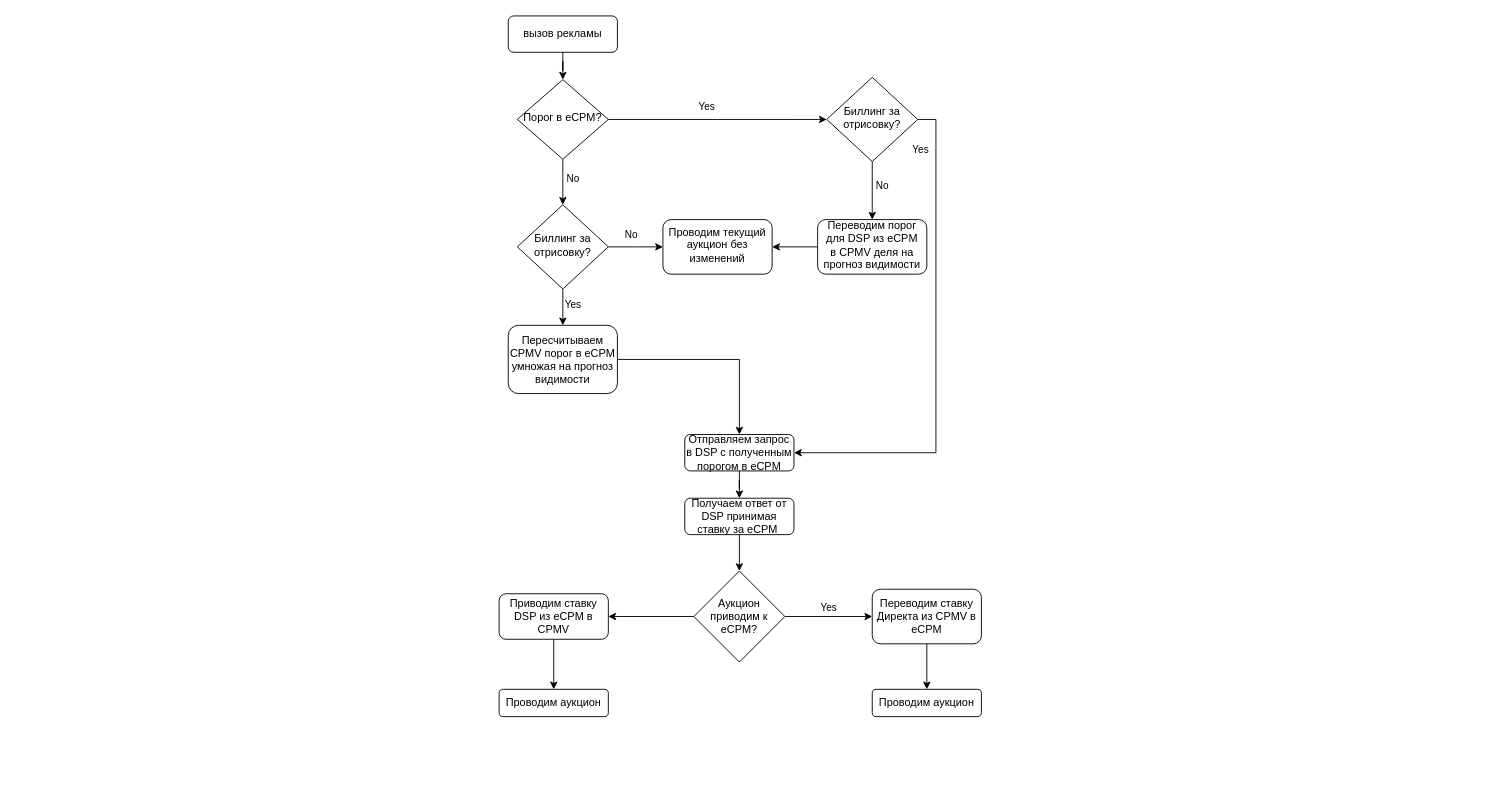
Before: Диаграмма без названия.drawio in DarvayS/test, a draw.io diagram. Source tidied: cells renumbered, new cells numbered last; positions are measured from the earlier drawing's top-left corner, leaving out a move shared by most shapes. Both pictures are drawn from the tidied source at 91%, with x=0, y=0 at pixel (499, 15).
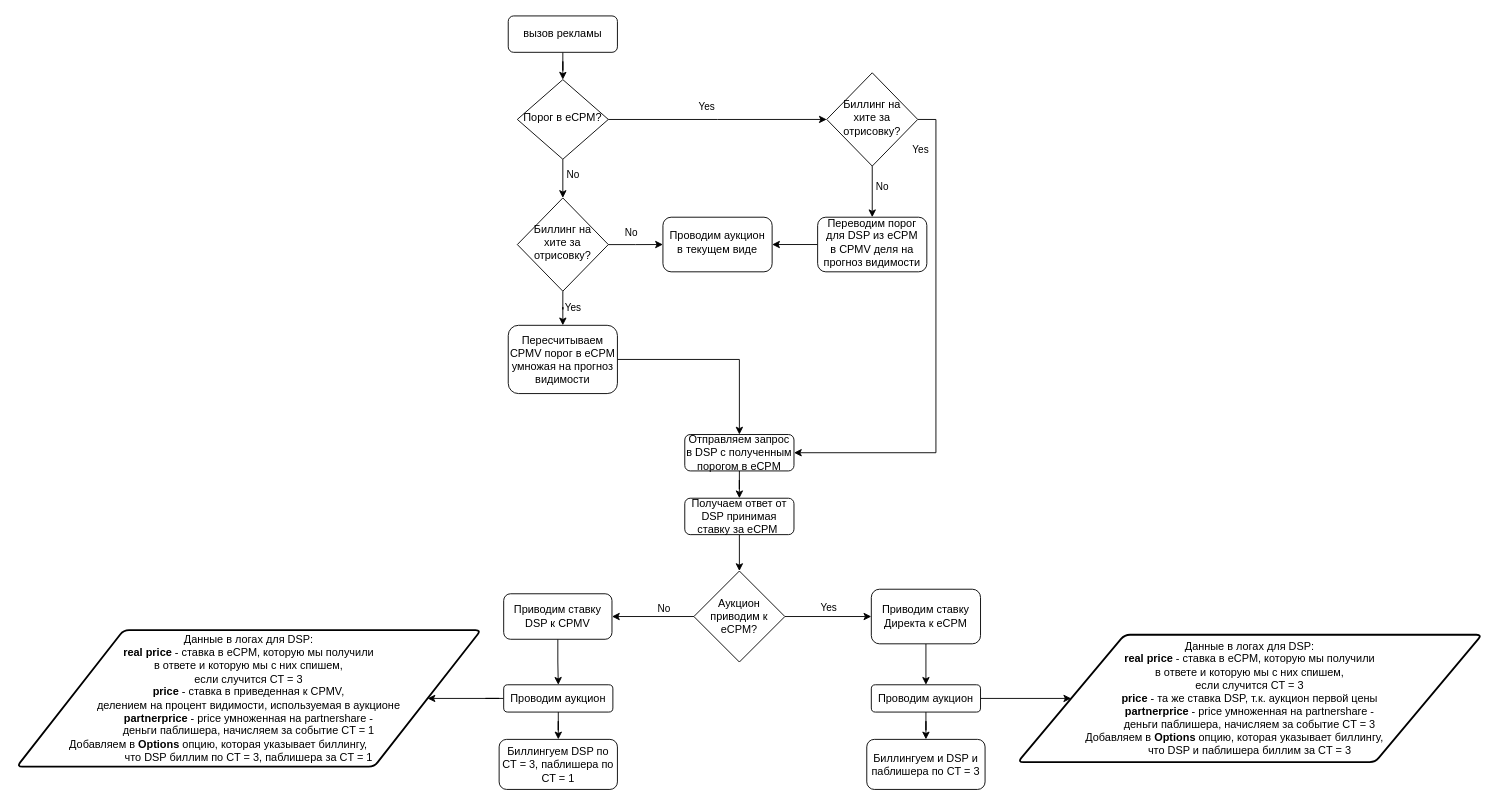
The same page after the edit.

The change refers to these unchanged cells:
```xml
<mxCell id="21" style="edgeStyle=orthogonalEdgeStyle;rounded=0;sketch=0;jettySize=auto;html=1;entryX=1;entryY=0.5;entryDx=0;entryDy=0;" parent="1" edge="1" source="22" target="27">
  <mxGeometry relative="1" as="geometry" />
</mxCell>
```

The edit, as a diff of the source:
```diff
@@
-    <mxCell id="8" value="Биллинг за отрисовку?" style="rhombus;whiteSpace=wrap;html=1;shadow=0;fontFamily=Helvetica;fontSize=12;align=center;strokeWidth=1;spacing=6;spacingTop=-4;direction=west;" parent="1" vertex="1">
-      <mxGeometry x="20" y="207.5" width="100" height="92.5" as="geometry" />
+    <mxCell id="8" value="Биллинг на хите за отрисовку?" style="rhombus;whiteSpace=wrap;html=1;shadow=0;fontFamily=Helvetica;fontSize=12;align=center;strokeWidth=1;spacing=6;spacingTop=-4;direction=west;" parent="1" vertex="1">
+      <mxGeometry x="20" y="200" width="100" height="102.5" as="geometry" />
     </mxCell>
@@
+    <mxCell id="37" value="No" style="edgeLabel;html=1;align=center;verticalAlign=middle;" parent="21" vertex="1">
+      <mxGeometry x="-0.41" y="-2" relative="1" as="geometry">
+        <mxPoint x="-7" y="-8" as="offset" />
+      </mxGeometry>
+    </mxCell>
@@
-    <mxCell id="24" value="Переводим ставку Директа из CPMV в eCPM" style="rounded=1;whiteSpace=wrap;html=1;strokeWidth=1;" parent="1" vertex="1">
-      <mxGeometry x="410" y="630" width="120" height="60" as="geometry" />
+    <mxCell id="24" value="Приводим ставку Директа к eCPM" style="rounded=1;whiteSpace=wrap;html=1;strokeWidth=1;" parent="1" vertex="1">
+      <mxGeometry x="409" y="630" width="120" height="60" as="geometry" />
     </mxCell>
+    <mxCell id="38" style="edgeStyle=orthogonalEdgeStyle;rounded=0;sketch=0;jettySize=auto;html=1;" parent="1" edge="1" source="25" target="42">
+      <mxGeometry relative="1" as="geometry" />
+    </mxCell>
+    <mxCell id="39" style="edgeStyle=orthogonalEdgeStyle;rounded=0;sketch=0;jettySize=auto;html=1;entryX=0;entryY=0.5;entryDx=0;entryDy=0;fontSize=10;" parent="1" edge="1" source="25" target="45">
+      <mxGeometry relative="1" as="geometry" />
+    </mxCell>
     <mxCell id="25" value="Проводим аукцион" style="whiteSpace=wrap;html=1;rounded=1;strokeWidth=1;" parent="1" vertex="1">
-      <mxGeometry x="410" y="740" width="120" height="30" as="geometry" />
+      <mxGeometry x="409" y="735" width="120" height="30" as="geometry" />
     </mxCell>
@@
-    <mxCell id="27" value="Приводим ставку DSP из eCPM в CPMV" style="rounded=1;whiteSpace=wrap;html=1;strokeWidth=1;" parent="1" vertex="1">
-      <mxGeometry y="635" width="120" height="50" as="geometry" />
+    <mxCell id="27" value="Приводим ставку DSP к CPMV" style="rounded=1;whiteSpace=wrap;html=1;strokeWidth=1;" parent="1" vertex="1">
+      <mxGeometry x="5" y="635" width="119" height="50" as="geometry" />
     </mxCell>
+    <mxCell id="40" style="edgeStyle=orthogonalEdgeStyle;rounded=0;sketch=0;jettySize=auto;html=1;entryX=0.5;entryY=0;entryDx=0;entryDy=0;" parent="1" edge="1" source="28" target="43">
+      <mxGeometry relative="1" as="geometry" />
+    </mxCell>
+    <mxCell id="41" style="edgeStyle=orthogonalEdgeStyle;rounded=0;sketch=0;jettySize=auto;html=1;entryX=1;entryY=0.5;entryDx=0;entryDy=0;fontSize=10;" parent="1" edge="1" source="28" target="44">
+      <mxGeometry relative="1" as="geometry" />
+    </mxCell>
     <mxCell id="28" value="Проводим аукцион" style="rounded=1;whiteSpace=wrap;html=1;strokeWidth=1;" parent="1" vertex="1">
-      <mxGeometry y="740" width="120" height="30" as="geometry" />
+      <mxGeometry x="5" y="735" width="120" height="30" as="geometry" />
     </mxCell>
@@
-    <mxCell id="33" value="Биллинг за отрисовку?" style="rhombus;whiteSpace=wrap;html=1;shadow=0;fontFamily=Helvetica;fontSize=12;align=center;strokeWidth=1;spacing=6;spacingTop=-4;direction=west;" parent="1" vertex="1">
-      <mxGeometry x="360" y="67.5" width="100" height="92.5" as="geometry" />
+    <mxCell id="33" value="Биллинг на хите за отрисовку?" style="rhombus;whiteSpace=wrap;html=1;shadow=0;fontFamily=Helvetica;fontSize=12;align=center;strokeWidth=1;spacing=6;spacingTop=-4;direction=west;" parent="1" vertex="1">
+      <mxGeometry x="360" y="62.5" width="100" height="102.5" as="geometry" />
     </mxCell>
@@
     <mxCell id="35" value="Переводим порог для DSP из eCPM в CPMV деля на прогноз видимости" style="rounded=1;whiteSpace=wrap;html=1;shadow=0;strokeWidth=1;spacing=6;spacingTop=-4;" parent="1" vertex="1">
-      <mxGeometry x="350" y="223.8" width="120" height="60" as="geometry" />
+      <mxGeometry x="350" y="221.2" width="120" height="60" as="geometry" />
     </mxCell>
-    <mxCell id="36" value="Проводим текущий аукцион без изменений" style="rounded=1;whiteSpace=wrap;html=1;shadow=0;strokeWidth=1;spacing=6;spacingTop=-4;" parent="1" vertex="1">
-      <mxGeometry x="180" y="223.8" width="120" height="60" as="geometry" />
+    <mxCell id="36" value="Проводим аукцион в текущем виде" style="rounded=1;whiteSpace=wrap;html=1;shadow=0;strokeWidth=1;spacing=6;spacingTop=-4;" parent="1" vertex="1">
+      <mxGeometry x="180" y="221.2" width="120" height="60" as="geometry" />
     </mxCell>
+    <mxCell id="42" value="Биллингуем и DSP и паблишера по CT = 3" style="rounded=1;whiteSpace=wrap;html=1;strokeWidth=1;" parent="1" vertex="1">
+      <mxGeometry x="404" y="795" width="130" height="55" as="geometry" />
+    </mxCell>
+    <mxCell id="43" value="Биллингуем DSP по CT = 3, паблишера по CT = 1" style="rounded=1;whiteSpace=wrap;html=1;strokeWidth=1;" parent="1" vertex="1">
+      <mxGeometry y="795" width="130" height="55" as="geometry" />
+    </mxCell>
+    <mxCell id="44" value="&lt;font style=&quot;font-size: 12px;&quot;&gt;Данные в логах для DSP: &lt;br&gt;&lt;b&gt;real price&lt;/b&gt; - ставка в eCPM, которую мы получили &lt;br&gt;в ответе и которую мы с них спишем, &lt;br&gt;если случится CT = 3&lt;br&gt;&lt;b&gt;price&lt;/b&gt; - ставка в приведенная к CPMV, &lt;br&gt;делением на процент видимости, используемая в аукционе&lt;br&gt;&lt;b&gt;partnerprice &lt;/b&gt;- price умноженная на partnershare - &lt;br&gt;деньги паблишера, начисляем за событие CT = 1&lt;br&gt;Добавляем в&amp;nbsp;&lt;b style=&quot;border-color: var(--border-color);&quot;&gt;Options&amp;nbsp;&lt;/b&gt;опцию, которая указывает биллингу,&amp;nbsp; &amp;nbsp; &amp;nbsp; &amp;nbsp; &amp;nbsp; &amp;nbsp; &amp;nbsp; &amp;nbsp; &amp;nbsp; &amp;nbsp;&amp;nbsp;&lt;br style=&quot;border-color: var(--border-color);&quot;&gt;что DSP биллим по CT = 3, паблишера за CT = 1&lt;br&gt;&lt;/font&gt;" style="shape=parallelogram;html=1;strokeWidth=2;perimeter=parallelogramPerimeter;whiteSpace=wrap;rounded=1;arcSize=12;size=0.23;" parent="1" vertex="1">
+      <mxGeometry x="-530" y="675" width="510" height="150" as="geometry" />
+    </mxCell>
+    <mxCell id="45" value="&lt;font style=&quot;font-size: 12px;&quot;&gt;Данные в логах для DSP: &lt;br&gt;&lt;b&gt;real price&lt;/b&gt; - ставка в eCPM, которую мы получили &lt;br&gt;в ответе и которую мы с них спишем, &lt;br&gt;если случится CT = 3&lt;br&gt;&lt;b&gt;price&lt;/b&gt; - та же ставка DSP, т.к. аукцион первой цены&lt;br&gt;&lt;b&gt;partnerprice &lt;/b&gt;- price умноженная на partnershare - &lt;br&gt;деньги паблишера, начисляем за событие CT = 3&lt;br&gt;Добавляем в &lt;b&gt;Options &lt;/b&gt;опцию, которая указывает биллингу,&amp;nbsp; &amp;nbsp; &amp;nbsp; &amp;nbsp; &amp;nbsp;&amp;nbsp;&lt;br&gt;что DSP и паблишера биллим за CT = 3&lt;br&gt;&lt;/font&gt;" style="shape=parallelogram;html=1;strokeWidth=2;perimeter=parallelogramPerimeter;whiteSpace=wrap;rounded=1;arcSize=12;size=0.23;" parent="1" vertex="1">
+      <mxGeometry x="570" y="680" width="510" height="140" as="geometry" />
+    </mxCell>
```
